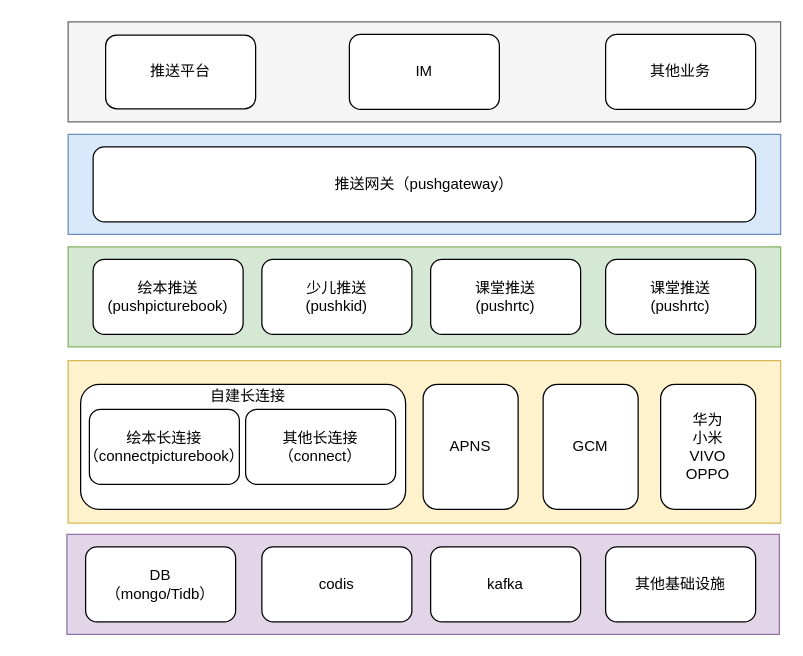
The draw.io diagram page "推送架构" (1 of 2) of test.drawio in joeytang/imgs, before the edit. Source tidied: cells renumbered, new cells numbered last; positions are measured from the earlier drawing's top-left corner, leaving out a move shared by most shapes. Both pictures are drawn from the tidied source at 125%, with x=0, y=0 at pixel (66, 21).
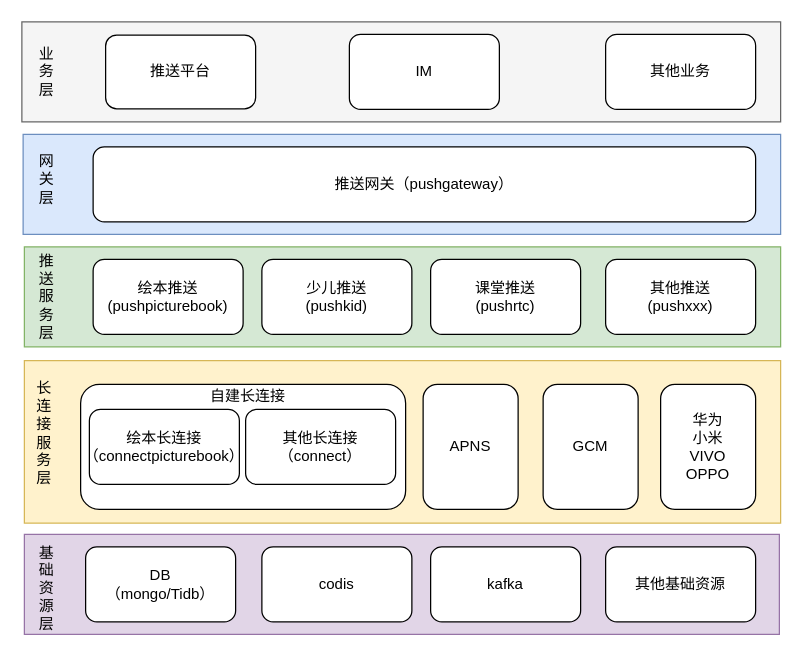
The same page after the edit.

What changed in the source:
```diff
@@
     <mxCell id="2" style="rounded=0;whiteSpace=wrap;html=1;fillColor=#e1d5e7;strokeColor=#9673a6;" parent="1" vertex="1">
-      <mxGeometry y="410" width="570" height="80" as="geometry" />
+      <mxGeometry x="-34" y="410" width="604" height="80" as="geometry" />
     </mxCell>
     <mxCell id="3" style="rounded=0;whiteSpace=wrap;html=1;fillColor=#fff2cc;strokeColor=#d6b656;" parent="1" vertex="1">
-      <mxGeometry x="1" y="271" width="570" height="130" as="geometry" />
+      <mxGeometry x="-34" y="271" width="605" height="130" as="geometry" />
     </mxCell>
     <mxCell id="4" style="rounded=0;whiteSpace=wrap;html=1;fillColor=#d5e8d4;strokeColor=#82b366;" parent="1" vertex="1">
-      <mxGeometry x="1" y="180" width="570" height="80" as="geometry" />
+      <mxGeometry x="-34" y="180" width="605" height="80" as="geometry" />
     </mxCell>
     <mxCell id="5" style="rounded=0;whiteSpace=wrap;html=1;fillColor=#dae8fc;strokeColor=#6c8ebf;" parent="1" vertex="1">
-      <mxGeometry x="1" y="90" width="570" height="80" as="geometry" />
+      <mxGeometry x="-35" y="90" width="606" height="80" as="geometry" />
     </mxCell>
     <mxCell id="6" style="rounded=0;whiteSpace=wrap;html=1;fillColor=#f5f5f5;strokeColor=#666666;fontColor=#333333;" parent="1" vertex="1">
-      <mxGeometry x="1" width="570" height="80" as="geometry" />
+      <mxGeometry x="-36" width="607" height="80" as="geometry" />
     </mxCell>
@@
-    <mxCell id="15" value="课堂推送&lt;br&gt;(pushrtc)" style="rounded=1;whiteSpace=wrap;html=1;" parent="1" vertex="1">
+    <mxCell id="15" value="其他推送&lt;br&gt;(pushxxx)" style="rounded=1;whiteSpace=wrap;html=1;" parent="1" vertex="1">
       <mxGeometry x="431" y="190" width="120" height="60" as="geometry" />
     </mxCell>
@@
-    <mxCell id="25" value="其他基础设施" style="rounded=1;whiteSpace=wrap;html=1;" parent="1" vertex="1">
+    <mxCell id="25" value="其他基础资源" style="rounded=1;whiteSpace=wrap;html=1;" parent="1" vertex="1">
       <mxGeometry x="431" y="420" width="120" height="60" as="geometry" />
     </mxCell>
+    <mxCell id="26" value="业&lt;br&gt;务&lt;br&gt;层" style="text;html=1;strokeColor=none;fillColor=none;align=center;verticalAlign=middle;whiteSpace=wrap;rounded=0;" parent="1" vertex="1">
+      <mxGeometry x="-36" y="30" width="40" height="20" as="geometry" />
+    </mxCell>
+    <mxCell id="27" value="网&lt;br&gt;关&lt;br&gt;层" style="text;html=1;strokeColor=none;fillColor=none;align=center;verticalAlign=middle;whiteSpace=wrap;rounded=0;" parent="1" vertex="1">
+      <mxGeometry x="-32" y="100" width="32" height="51" as="geometry" />
+    </mxCell>
+    <mxCell id="28" value="推&lt;br&gt;送&lt;br&gt;服&lt;br&gt;务&lt;br&gt;层" style="text;html=1;strokeColor=none;fillColor=none;align=center;verticalAlign=middle;whiteSpace=wrap;rounded=0;" parent="1" vertex="1">
+      <mxGeometry x="-32" y="194.5" width="32" height="51" as="geometry" />
+    </mxCell>
+    <mxCell id="29" value="长&lt;br&gt;连&lt;br&gt;接&lt;br&gt;服&lt;br&gt;务&lt;br&gt;层" style="text;html=1;strokeColor=none;fillColor=none;align=center;verticalAlign=middle;whiteSpace=wrap;rounded=0;" parent="1" vertex="1">
+      <mxGeometry x="-34" y="303" width="32" height="51" as="geometry" />
+    </mxCell>
+    <mxCell id="30" value="基&lt;br&gt;础&lt;br&gt;资&lt;br&gt;源&lt;br&gt;层" style="text;html=1;strokeColor=none;fillColor=none;align=center;verticalAlign=middle;whiteSpace=wrap;rounded=0;" parent="1" vertex="1">
+      <mxGeometry x="-32" y="427" width="32" height="51" as="geometry" />
+    </mxCell>
```
